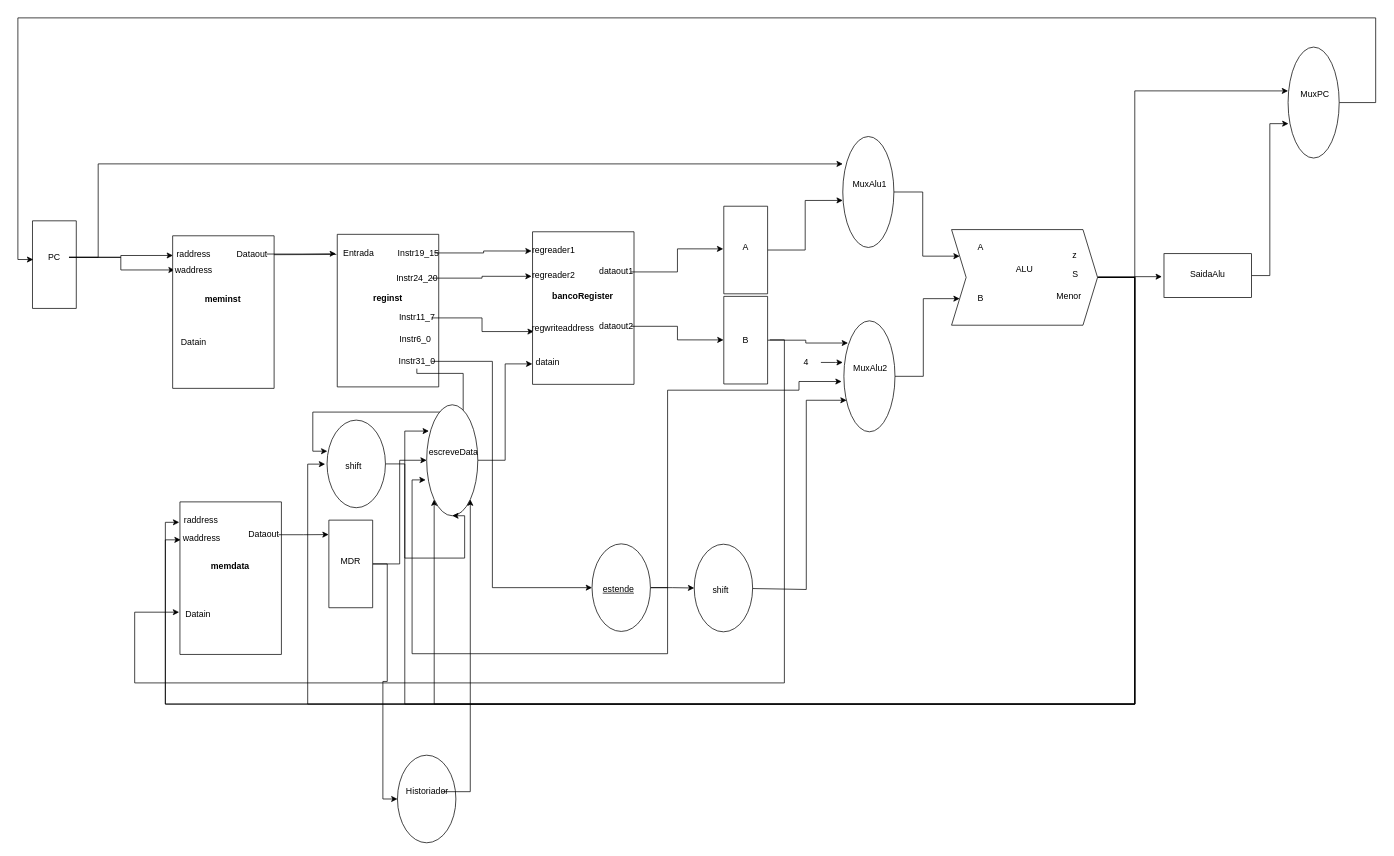
GabrielOlem/ProjetoHardware keeps this draw.io diagram as cpu.drawio. Above is the earlier version. Source tidied: cells renumbered, new cells numbered last; positions are measured from the earlier drawing's top-left corner, leaving out a move shared by most shapes. Both pictures are drawn from the tidied source at 73%, with x=0, y=0 at pixel (10, 18).
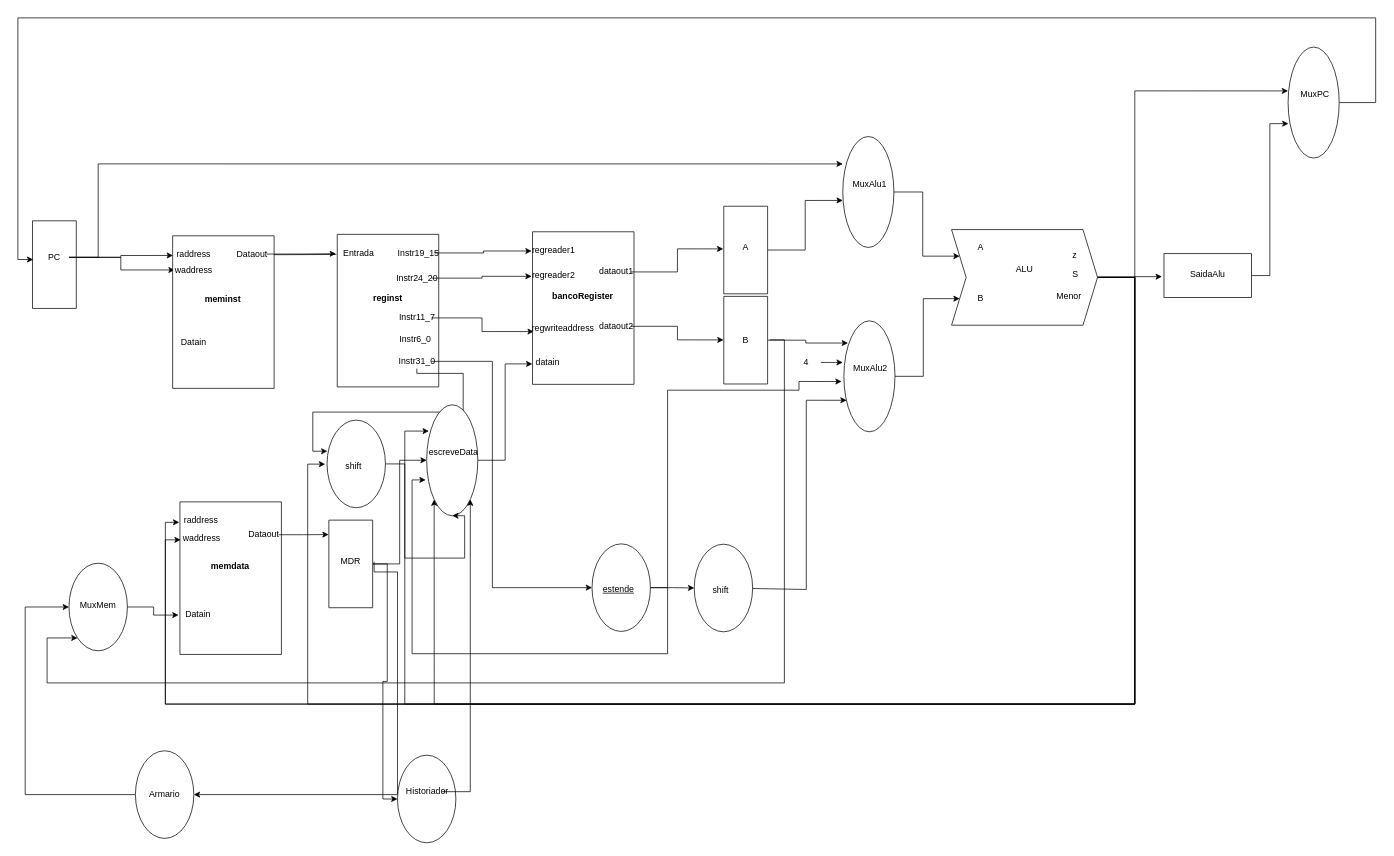
The same page after the edit.

The change refers to these unchanged cells:
```xml
<mxCell id="29" style="verticalLabelPosition=bottom;verticalAlign=top;html=1;shape=mxgraph.basic.rect;fillColor=#ffffff;fillColor2=none;strokeColor=#000000;strokeWidth=1;size=20;indent=5;rotation=90;" parent="1" vertex="1">
  <mxGeometry x="197" y="698" width="209" height="139" as="geometry" />
</mxCell>
<mxCell id="45" style="verticalLabelPosition=bottom;verticalAlign=top;html=1;shape=mxgraph.basic.rect;fillColor=#ffffff;fillColor2=none;strokeColor=#000000;strokeWidth=1;size=20;indent=5;rotation=90;" parent="1" vertex="1">
  <mxGeometry x="406" y="718" width="120" height="60" as="geometry" />
</mxCell>
```

The edit, as a diff of the source:
```diff
@@
+    <mxCell id="101" style="edgeStyle=orthogonalEdgeStyle;rounded=0;jettySize=auto;html=1;entryX=0.5;entryY=0;entryDx=0;entryDy=0;exitX=0.475;exitY=-0.033;exitDx=0;exitDy=0;exitPerimeter=0;" parent="1" edge="1" source="45" target="106">
+      <mxGeometry relative="1" as="geometry">
+        <Array as="points">
+          <mxPoint x="530" y="759" />
+          <mxPoint x="530" y="1064" />
+        </Array>
+      </mxGeometry>
+    </mxCell>
@@
-    <mxCell id="60" style="edgeStyle=orthogonalEdgeStyle;rounded=0;jettySize=auto;html=1;entryX=0.723;entryY=1.008;entryDx=0;entryDy=0;entryPerimeter=0;" parent="1" edge="1" target="29">
+    <mxCell id="60" style="edgeStyle=orthogonalEdgeStyle;rounded=0;jettySize=auto;html=1;entryX=1;entryY=1;entryDx=0;entryDy=0;" parent="1" edge="1" target="103">
       <mxGeometry relative="1" as="geometry">
         <mxPoint x="1040" y="441" as="sourcePoint" />
         <Array as="points">
           <mxPoint x="1060" y="441" />
           <mxPoint x="1060" y="911" />
-          <mxPoint x="170" y="911" />
-          <mxPoint x="170" y="814" />
+          <mxPoint x="50" y="911" />
+          <mxPoint x="50" y="849" />
         </Array>
       </mxGeometry>
     </mxCell>
@@
+    <mxCell id="102" style="edgeStyle=orthogonalEdgeStyle;rounded=0;jettySize=auto;html=1;entryX=0.742;entryY=1.014;entryDx=0;entryDy=0;entryPerimeter=0;" parent="1" edge="1" source="103" target="29">
+      <mxGeometry relative="1" as="geometry" />
+    </mxCell>
+    <mxCell id="103" style="ellipse;whiteSpace=wrap;html=1;rotation=90;" parent="1" vertex="1">
+      <mxGeometry x="60" y="767" width="120" height="80" as="geometry" />
+    </mxCell>
+    <mxCell id="104" value="MuxMem" style="text;html=1;strokeColor=none;fillColor=none;align=center;verticalAlign=middle;whiteSpace=wrap;rounded=0;" parent="1" vertex="1">
+      <mxGeometry x="100" y="795" width="40" height="20" as="geometry" />
+    </mxCell>
+    <mxCell id="105" style="edgeStyle=orthogonalEdgeStyle;rounded=0;jettySize=auto;html=1;entryX=0.5;entryY=1;entryDx=0;entryDy=0;" parent="1" edge="1" source="106" target="103">
+      <mxGeometry relative="1" as="geometry">
+        <Array as="points">
+          <mxPoint x="20" y="1064" />
+          <mxPoint x="20" y="807" />
+        </Array>
+      </mxGeometry>
+    </mxCell>
+    <mxCell id="106" style="ellipse;whiteSpace=wrap;html=1;rotation=90;" parent="1" vertex="1">
+      <mxGeometry x="151" y="1024" width="120" height="80" as="geometry" />
+    </mxCell>
+    <mxCell id="107" value="Armario" style="text;html=1;strokeColor=none;fillColor=none;align=center;verticalAlign=middle;whiteSpace=wrap;rounded=0;" parent="1" vertex="1">
+      <mxGeometry x="191" y="1054" width="40" height="20" as="geometry" />
+    </mxCell>
```
